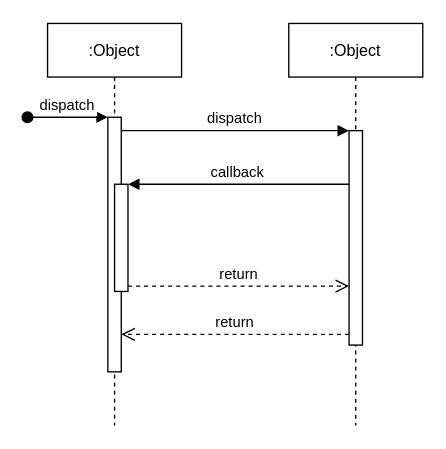
This is RAS_Protocol.drawio from ButcherOfBlaviken/Diagrams, a draw.io file, before an edit. Source tidied: cells renumbered, new cells numbered last; positions are measured from the earlier drawing's top-left corner, leaving out a move shared by most shapes. Both pictures are drawn from the tidied source at 134%, with x=0, y=0 at pixel (27, 23).
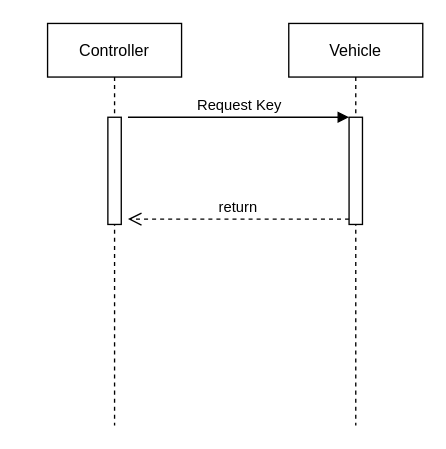
After the change.

Change to the diagram source:
```diff
@@
 <mxGraphModel>
   <root>
     <mxCell id="0" />
     <mxCell id="1" parent="0" />
-    <mxCell id="2" value=":Object" style="shape=umlLifeline;perimeter=lifelinePerimeter;rounded=0;shadow=0;strokeWidth=1;" parent="1" vertex="1">
+    <mxCell id="2" value="Controller" style="shape=umlLifeline;perimeter=lifelinePerimeter;rounded=0;shadow=0;strokeWidth=1;fontColor=default;" parent="1" vertex="1">
       <mxGeometry x="15" width="100" height="300" as="geometry" />
     </mxCell>
-    <mxCell id="3" style="points=[];perimeter=orthogonalPerimeter;rounded=0;shadow=0;strokeWidth=1;" parent="2" vertex="1">
-      <mxGeometry x="45" y="70" width="10" height="190" as="geometry" />
-    </mxCell>
-    <mxCell id="4" value="dispatch" style="verticalAlign=bottom;startArrow=oval;endArrow=block;startSize=8;shadow=0;strokeWidth=1;" parent="2" edge="1" target="3">
-      <mxGeometry relative="1" as="geometry">
-        <mxPoint x="-15" y="70" as="sourcePoint" />
-      </mxGeometry>
-    </mxCell>
-    <mxCell id="5" style="points=[];perimeter=orthogonalPerimeter;rounded=0;shadow=0;strokeWidth=1;" parent="2" vertex="1">
-      <mxGeometry x="50" y="120" width="10" height="80" as="geometry" />
-    </mxCell>
+    <mxCell id="12" style="html=1;perimeter=orthogonalPerimeter;fontColor=default;strokeColor=default;fillColor=default;" parent="2" vertex="1">
+      <mxGeometry x="45" y="70" width="10" height="80" as="geometry" />
+    </mxCell>
-    <mxCell id="6" value=":Object" style="shape=umlLifeline;perimeter=lifelinePerimeter;rounded=0;shadow=0;strokeWidth=1;" parent="1" vertex="1">
+    <mxCell id="6" value="Vehicle" style="shape=umlLifeline;perimeter=lifelinePerimeter;rounded=0;shadow=0;strokeWidth=1;fontColor=default;" parent="1" vertex="1">
       <mxGeometry x="195" width="100" height="300" as="geometry" />
     </mxCell>
-    <mxCell id="7" style="points=[];perimeter=orthogonalPerimeter;rounded=0;shadow=0;strokeWidth=1;" parent="6" vertex="1">
-      <mxGeometry x="45" y="80" width="10" height="160" as="geometry" />
-    </mxCell>
-    <mxCell id="8" value="return" style="verticalAlign=bottom;endArrow=open;dashed=1;endSize=8;exitX=0;exitY=0.95;shadow=0;strokeWidth=1;" parent="1" edge="1" source="7" target="3">
-      <mxGeometry relative="1" as="geometry" />
-    </mxCell>
-    <mxCell id="9" value="dispatch" style="verticalAlign=bottom;endArrow=block;entryX=0;entryY=0;shadow=0;strokeWidth=1;" parent="1" edge="1" source="3" target="7">
-      <mxGeometry relative="1" as="geometry" />
-    </mxCell>
-    <mxCell id="10" value="callback" style="verticalAlign=bottom;endArrow=block;entryX=1;entryY=0;shadow=0;strokeWidth=1;" parent="1" edge="1" source="7" target="5">
-      <mxGeometry relative="1" as="geometry" />
-    </mxCell>
-    <mxCell id="11" value="return" style="verticalAlign=bottom;endArrow=open;dashed=1;endSize=8;exitX=1;exitY=0.95;shadow=0;strokeWidth=1;" parent="1" edge="1" source="5" target="7">
-      <mxGeometry relative="1" as="geometry" />
-    </mxCell>
+    <mxCell id="13" style="html=1;points=[];perimeter=orthogonalPerimeter;fontColor=default;strokeColor=default;fillColor=default;" parent="6" vertex="1">
+      <mxGeometry x="45" y="70" width="10" height="80" as="geometry" />
+    </mxCell>
+    <mxCell id="14" value="Request Key" style="html=1;verticalAlign=bottom;endArrow=block;entryX=0;entryY=0;rounded=0;labelBackgroundColor=default;fontColor=default;strokeColor=default;fillColor=default;" parent="1" edge="1" target="13">
+      <mxGeometry relative="1" as="geometry">
+        <mxPoint x="75" y="70" as="sourcePoint" />
+      </mxGeometry>
+    </mxCell>
+    <mxCell id="15" value="return" style="html=1;verticalAlign=bottom;endArrow=open;dashed=1;endSize=8;exitX=0;exitY=0.95;rounded=0;labelBackgroundColor=default;fontColor=default;strokeColor=default;fillColor=default;" parent="1" edge="1" source="13">
+      <mxGeometry relative="1" as="geometry">
+        <mxPoint x="75" y="146" as="targetPoint" />
+      </mxGeometry>
+    </mxCell>
   </root>
 </mxGraphModel>
```
